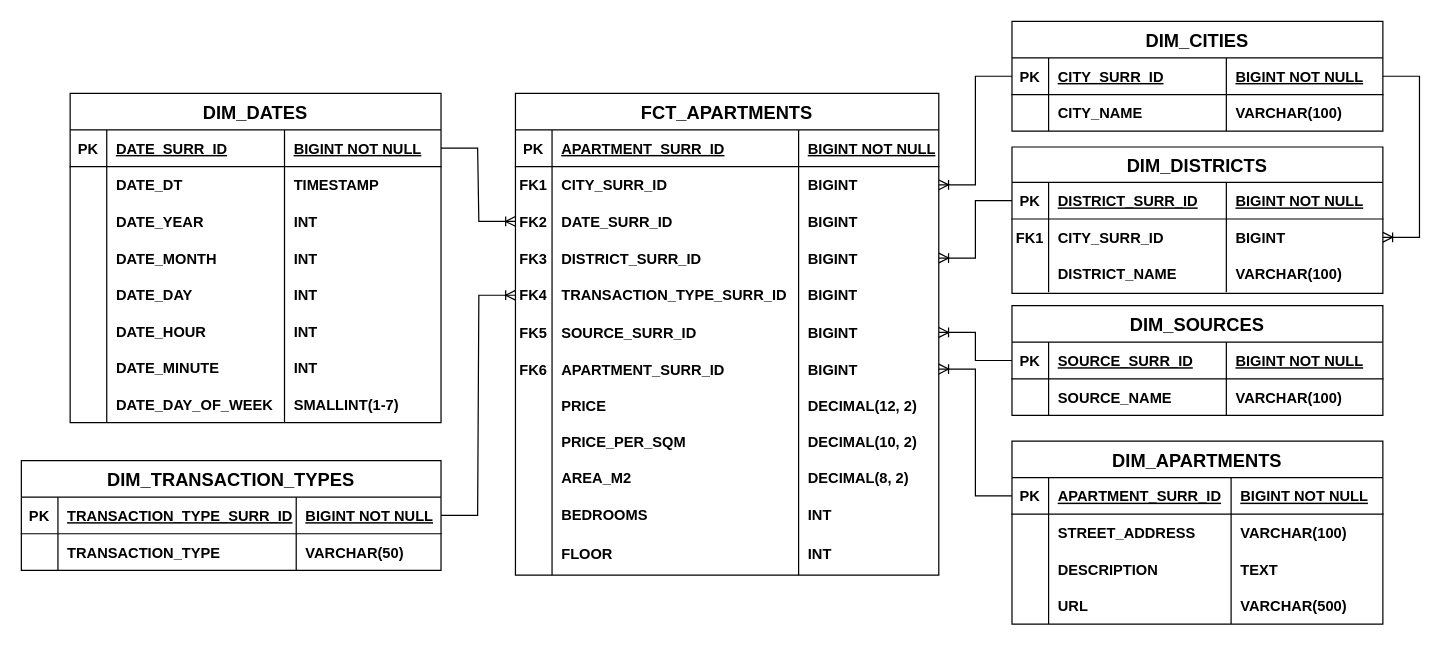
Before: datastorage/postgresql/apartments_model/Apartments_Star_Schema.drawio in GiorgiEz/apartment-analytics, a draw.io diagram. Source tidied: cells renumbered, new cells numbered last; positions are measured from the earlier drawing's top-left corner, leaving out a move shared by most shapes. Both pictures are drawn from the tidied source at 122%, with x=0, y=0 at pixel (21, 21).
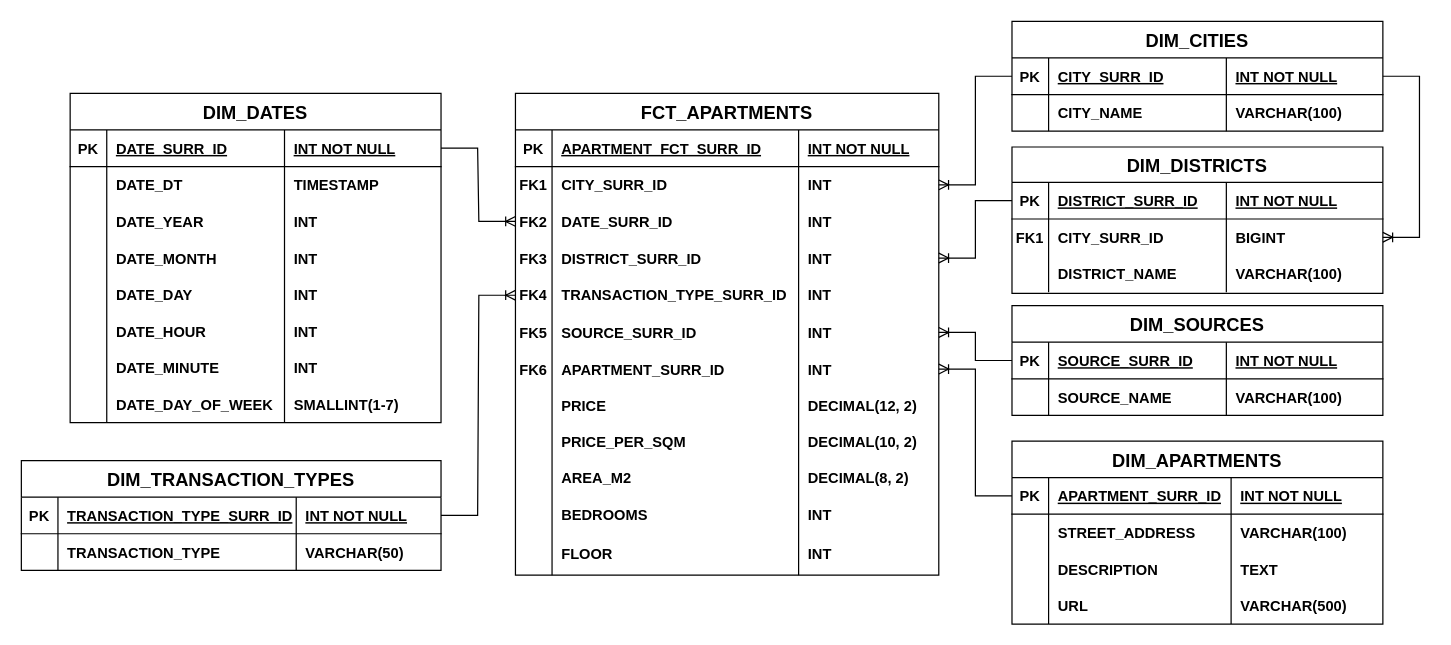
The same diagram, later.

The change refers to these unchanged cells:
```xml
<mxCell id="3" style="shape=partialRectangle;fillColor=none;top=0;left=0;right=0;bottom=1;" parent="2" vertex="1">
  <mxGeometry y="30" width="347" height="30" as="geometry" />
</mxCell>
<mxCell id="7" style="shape=partialRectangle;fillColor=none;points=[[0,0.5],[1,0.5]];portConstraint=eastwest;top=0;left=0;right=0;bottom=0;" parent="2" vertex="1">
  <mxGeometry y="60" width="347" height="30" as="geometry" />
</mxCell>
<mxCell id="11" style="shape=partialRectangle;fillColor=none;points=[[0,0.5],[1,0.5]];portConstraint=eastwest;top=0;left=0;right=0;bottom=0;" parent="2" vertex="1">
  <mxGeometry y="90" width="347" height="30" as="geometry" />
</mxCell>
<mxCell id="15" style="shape=tableRow;horizontal=0;startSize=0;swimlaneHead=0;swimlaneBody=0;fillColor=none;points=[[0,0.5],[1,0.5]];portConstraint=eastwest;top=0;left=0;right=0;bottom=0;" parent="2" vertex="1">
  <mxGeometry y="120" width="347" height="30" as="geometry" />
</mxCell>
<mxCell id="19" style="shape=tableRow;horizontal=0;startSize=0;swimlaneHead=0;swimlaneBody=0;fillColor=none;points=[[0,0.5],[1,0.5]];portConstraint=eastwest;top=0;left=0;right=0;bottom=0;" parent="2" vertex="1">
  <mxGeometry y="150" width="347" height="31" as="geometry" />
</mxCell>
<mxCell id="23" style="shape=tableRow;horizontal=0;startSize=0;swimlaneHead=0;swimlaneBody=0;fillColor=none;points=[[0,0.5],[1,0.5]];portConstraint=eastwest;top=0;left=0;right=0;bottom=0;" parent="2" vertex="1">
  <mxGeometry y="181" width="347" height="30" as="geometry" />
</mxCell>
<mxCell id="27" style="shape=partialRectangle;fillColor=none;points=[[0,0.5],[1,0.5]];portConstraint=eastwest;top=0;left=0;right=0;bottom=0;" parent="2" vertex="1">
  <mxGeometry y="211" width="347" height="30" as="geometry" />
</mxCell>
<mxCell id="52" style="shape=partialRectangle;fillColor=none;points=[[0,0.5],[1,0.5]];portConstraint=eastwest;top=0;left=0;right=0;bottom=1;" parent="51" vertex="1">
  <mxGeometry y="30" width="304" height="30" as="geometry" />
</mxCell>
<mxCell id="86" style="shape=partialRectangle;fillColor=none;points=[[0,0.5],[1,0.5]];portConstraint=eastwest;top=0;left=0;right=0;bottom=1;" parent="85" vertex="1">
  <mxGeometry y="30" width="304" height="30" as="geometry" />
</mxCell>
<mxCell id="95" style="shape=partialRectangle;fillColor=none;points=[[0,0.5],[1,0.5]];portConstraint=eastwest;top=0;left=0;right=0;bottom=1;" parent="94" vertex="1">
  <mxGeometry y="29" width="304" height="30" as="geometry" />
</mxCell>
<mxCell id="111" style="shape=partialRectangle;fillColor=none;points=[[0,0.5],[1,0.5]];portConstraint=eastwest;top=0;left=0;right=0;bottom=1;" parent="110" vertex="1">
  <mxGeometry y="30" width="344" height="30" as="geometry" />
</mxCell>
<mxCell id="121" style="shape=partialRectangle;fillColor=none;points=[[0,0.5],[1,0.5]];portConstraint=eastwest;top=0;left=0;right=0;bottom=1;" parent="120" vertex="1">
  <mxGeometry y="30" width="304" height="30" as="geometry" />
</mxCell>
<mxCell id="131" style="shape=partialRectangle;fillColor=none;points=[[0,0.5],[1,0.5]];portConstraint=eastwest;top=0;left=0;right=0;bottom=1;" parent="130" vertex="1">
  <mxGeometry y="30" width="304" height="30" as="geometry" />
</mxCell>
```

Change to the diagram source:
```diff
@@
-    <mxCell id="5" value="APARTMENT_SURR_ID" style="shape=partialRectangle;overflow=hidden;fillColor=none;top=0;left=0;bottom=0;right=0;align=left;spacingLeft=6;fontStyle=5;" parent="3" vertex="1">
+    <mxCell id="5" value="APARTMENT_FCT_SURR_ID" style="shape=partialRectangle;overflow=hidden;fillColor=none;top=0;left=0;bottom=0;right=0;align=left;spacingLeft=6;fontStyle=5;" parent="3" vertex="1">
       <mxGeometry x="30" width="202.1" height="30" as="geometry" />
     </mxCell>
-    <mxCell id="6" value="BIGINT NOT NULL" style="shape=partialRectangle;overflow=hidden;fillColor=none;top=0;left=0;bottom=0;right=0;align=left;spacingLeft=6;fontStyle=5;" parent="3" vertex="1">
+    <mxCell id="6" value="INT NOT NULL" style="shape=partialRectangle;overflow=hidden;fillColor=none;top=0;left=0;bottom=0;right=0;align=left;spacingLeft=6;fontStyle=5;" parent="3" vertex="1">
       <mxGeometry x="232.1" width="114.9" height="30" as="geometry" />
     </mxCell>
@@
-    <mxCell id="10" value="BIGINT" style="shape=partialRectangle;overflow=hidden;fillColor=none;top=0;left=0;bottom=0;right=0;align=left;spacingLeft=6;fontStyle=1;" parent="7" vertex="1">
+    <mxCell id="10" value="INT" style="shape=partialRectangle;overflow=hidden;fillColor=none;top=0;left=0;bottom=0;right=0;align=left;spacingLeft=6;fontStyle=1;" parent="7" vertex="1">
       <mxGeometry x="232.1" width="114.9" height="30" as="geometry" />
     </mxCell>
@@
-    <mxCell id="14" value="BIGINT" style="shape=partialRectangle;overflow=hidden;fillColor=none;top=0;left=0;bottom=0;right=0;align=left;spacingLeft=6;fontStyle=1;" parent="11" vertex="1">
+    <mxCell id="14" value="INT" style="shape=partialRectangle;overflow=hidden;fillColor=none;top=0;left=0;bottom=0;right=0;align=left;spacingLeft=6;fontStyle=1;" parent="11" vertex="1">
       <mxGeometry x="232.1" width="114.9" height="30" as="geometry" />
     </mxCell>
@@
-    <mxCell id="18" value="BIGINT" style="shape=partialRectangle;fillColor=none;top=0;left=0;bottom=0;right=0;align=left;spacingLeft=6;overflow=hidden;fontStyle=1;" parent="15" vertex="1">
+    <mxCell id="18" value="INT" style="shape=partialRectangle;fillColor=none;top=0;left=0;bottom=0;right=0;align=left;spacingLeft=6;overflow=hidden;fontStyle=1;" parent="15" vertex="1">
       <mxGeometry x="232.1" width="114.9" height="30" as="geometry" />
     </mxCell>
@@
-    <mxCell id="22" value="&lt;b&gt;BIGINT&lt;/b&gt;" style="shape=partialRectangle;fillColor=none;top=0;left=0;bottom=0;right=0;align=left;spacingLeft=6;fontStyle=0;overflow=hidden;whiteSpace=wrap;html=1;" parent="19" vertex="1">
+    <mxCell id="22" value="&lt;b&gt;INT&lt;/b&gt;" style="shape=partialRectangle;fillColor=none;top=0;left=0;bottom=0;right=0;align=left;spacingLeft=6;fontStyle=0;overflow=hidden;whiteSpace=wrap;html=1;" parent="19" vertex="1">
       <mxGeometry x="232.1" width="114.9" height="31" as="geometry" />
     </mxCell>
@@
-    <mxCell id="26" value="BIGINT" style="shape=partialRectangle;fillColor=none;top=0;left=0;bottom=0;right=0;align=left;spacingLeft=6;overflow=hidden;fontStyle=1;" parent="23" vertex="1">
+    <mxCell id="26" value="INT" style="shape=partialRectangle;fillColor=none;top=0;left=0;bottom=0;right=0;align=left;spacingLeft=6;overflow=hidden;fontStyle=1;" parent="23" vertex="1">
       <mxGeometry x="232.1" width="114.9" height="30" as="geometry" />
     </mxCell>
@@
-    <mxCell id="30" value="BIGINT" style="shape=partialRectangle;overflow=hidden;fillColor=none;top=0;left=0;bottom=0;right=0;align=left;spacingLeft=6;fontStyle=1;" parent="27" vertex="1">
+    <mxCell id="30" value="INT" style="shape=partialRectangle;overflow=hidden;fillColor=none;top=0;left=0;bottom=0;right=0;align=left;spacingLeft=6;fontStyle=1;" parent="27" vertex="1">
       <mxGeometry x="232.1" width="114.9" height="30" as="geometry" />
     </mxCell>
@@
-    <mxCell id="55" value="BIGINT NOT NULL" style="shape=partialRectangle;overflow=hidden;fillColor=none;top=0;left=0;bottom=0;right=0;align=left;spacingLeft=6;fontStyle=5;" parent="52" vertex="1">
+    <mxCell id="55" value="INT NOT NULL" style="shape=partialRectangle;overflow=hidden;fillColor=none;top=0;left=0;bottom=0;right=0;align=left;spacingLeft=6;fontStyle=5;" parent="52" vertex="1">
       <mxGeometry x="175.7" width="128.3" height="30" as="geometry" />
     </mxCell>
@@
-    <mxCell id="89" value="BIGINT NOT NULL" style="shape=partialRectangle;overflow=hidden;fillColor=none;top=0;left=0;bottom=0;right=0;align=left;spacingLeft=6;fontStyle=5;" parent="86" vertex="1">
+    <mxCell id="89" value="INT NOT NULL" style="shape=partialRectangle;overflow=hidden;fillColor=none;top=0;left=0;bottom=0;right=0;align=left;spacingLeft=6;fontStyle=5;" parent="86" vertex="1">
       <mxGeometry x="175.7" width="128.3" height="30" as="geometry" />
     </mxCell>
@@
-    <mxCell id="98" value="BIGINT NOT NULL" style="shape=partialRectangle;overflow=hidden;fillColor=none;top=0;left=0;bottom=0;right=0;align=left;spacingLeft=6;fontStyle=5;" parent="95" vertex="1">
+    <mxCell id="98" value="INT NOT NULL" style="shape=partialRectangle;overflow=hidden;fillColor=none;top=0;left=0;bottom=0;right=0;align=left;spacingLeft=6;fontStyle=5;" parent="95" vertex="1">
       <mxGeometry x="175.7" width="128.3" height="30" as="geometry" />
     </mxCell>
@@
-    <mxCell id="114" value="BIGINT NOT NULL" style="shape=partialRectangle;overflow=hidden;fillColor=none;top=0;left=0;bottom=0;right=0;align=left;spacingLeft=6;fontStyle=5;" parent="111" vertex="1">
+    <mxCell id="114" value="INT NOT NULL" style="shape=partialRectangle;overflow=hidden;fillColor=none;top=0;left=0;bottom=0;right=0;align=left;spacingLeft=6;fontStyle=5;" parent="111" vertex="1">
       <mxGeometry x="225.3" width="118.7" height="30" as="geometry" />
     </mxCell>
@@
-    <mxCell id="124" value="BIGINT NOT NULL" style="shape=partialRectangle;overflow=hidden;fillColor=none;top=0;left=0;bottom=0;right=0;align=left;spacingLeft=6;fontStyle=5;" parent="121" vertex="1">
+    <mxCell id="124" value="INT NOT NULL" style="shape=partialRectangle;overflow=hidden;fillColor=none;top=0;left=0;bottom=0;right=0;align=left;spacingLeft=6;fontStyle=5;" parent="121" vertex="1">
       <mxGeometry x="175.7" width="128.3" height="30" as="geometry" />
     </mxCell>
@@
-    <mxCell id="134" value="BIGINT NOT NULL" style="shape=partialRectangle;overflow=hidden;fillColor=none;top=0;left=0;bottom=0;right=0;align=left;spacingLeft=6;fontStyle=5;" parent="131" vertex="1">
+    <mxCell id="134" value="INT NOT NULL" style="shape=partialRectangle;overflow=hidden;fillColor=none;top=0;left=0;bottom=0;right=0;align=left;spacingLeft=6;fontStyle=5;" parent="131" vertex="1">
       <mxGeometry x="179.6" width="124.4" height="30" as="geometry" />
     </mxCell>
```
